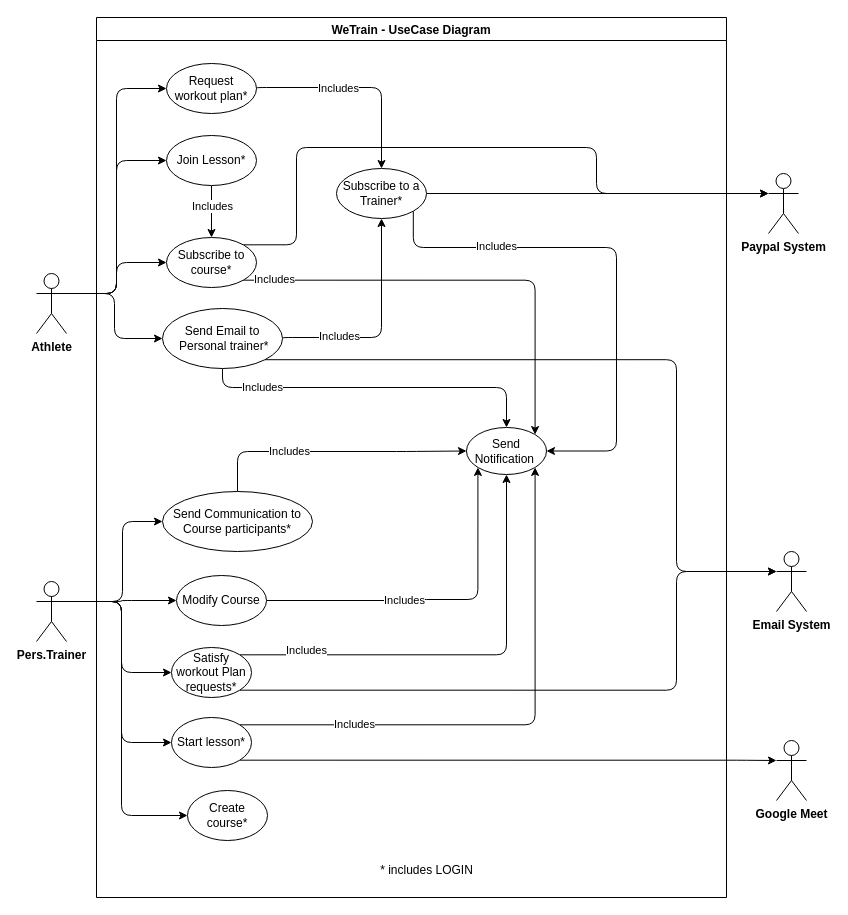
This is UCdiagram.drawio from Bobbarello00/WeTrainDeliverables, a draw.io file, before an edit. Source tidied: cells renumbered, new cells numbered last; positions are measured from the earlier drawing's top-left corner, leaving out a move shared by most shapes. Both pictures are drawn from the tidied source at 100%, with x=0, y=0 at pixel (36, 17).
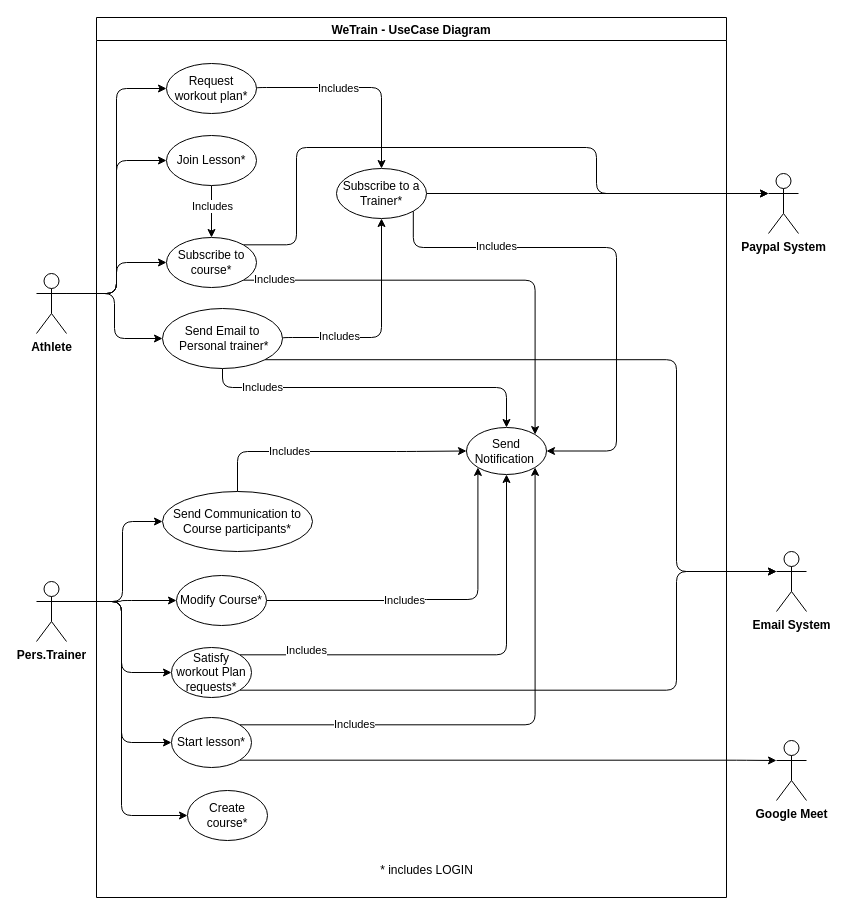
The same page after the edit.

What changed in the source:
```diff
@@
-    <mxCell id="17" value="Modify Course" style="ellipse;whiteSpace=wrap;html=1;rounded=1;" parent="1" vertex="1">
+    <mxCell id="17" value="Modify Course*" style="ellipse;whiteSpace=wrap;html=1;rounded=1;" parent="1" vertex="1">
       <mxGeometry x="140" y="558" width="90" height="50" as="geometry" />
     </mxCell>
```
